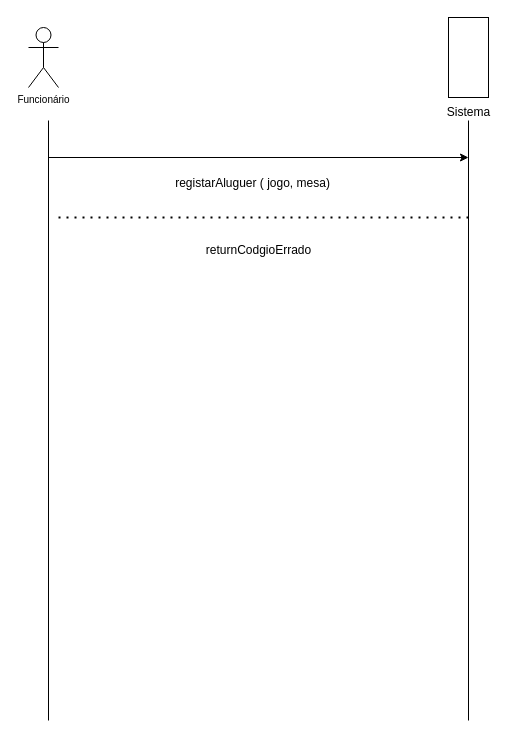
This is ssd7_extensao.drawio from luccamarshall/DCO, a draw.io file, before an edit. Source tidied: cells renumbered, new cells numbered last; positions are measured from the earlier drawing's top-left corner, leaving out a move shared by most shapes. Both pictures are drawn from the tidied source at 100%, with x=0, y=0 at pixel (28, 27).
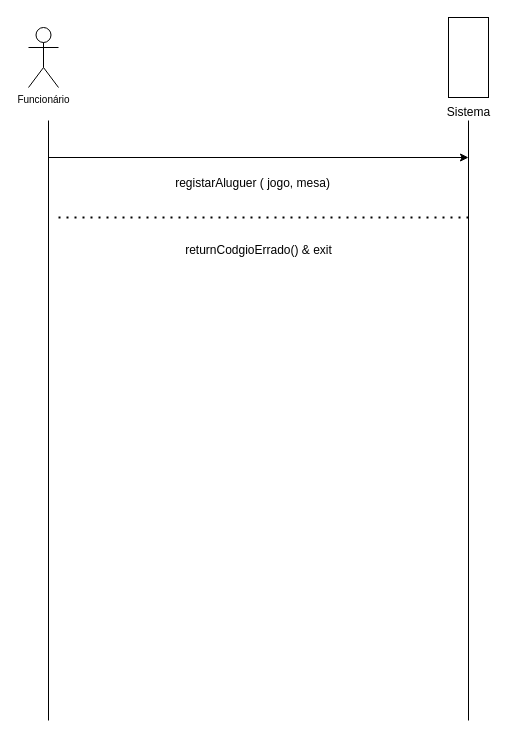
After the change.

What changed in the source:
```diff
@@
 <mxGraphModel>
   <root>
     <mxCell id="0" />
     <mxCell id="1" parent="0" />
     <mxCell id="2" value="&lt;sup&gt;Funcionário&lt;/sup&gt;" style="shape=umlActor;verticalLabelPosition=bottom;verticalAlign=top;html=1;" parent="1" vertex="1">
       <mxGeometry width="30" height="60" as="geometry" />
     </mxCell>
     <mxCell id="3" style="endArrow=none;html=1;rounded=0;" parent="1" edge="1">
       <mxGeometry relative="1" as="geometry">
         <mxPoint x="20" y="693" as="sourcePoint" />
         <mxPoint x="20" y="93" as="targetPoint" />
       </mxGeometry>
     </mxCell>
     <mxCell id="4" style="endArrow=classic;html=1;rounded=0;" parent="1" edge="1">
       <mxGeometry relative="1" as="geometry">
         <mxPoint x="20" y="130" as="sourcePoint" />
         <mxPoint x="440" y="130" as="targetPoint" />
       </mxGeometry>
     </mxCell>
     <mxCell id="5" value="registarAluguer ( jogo, mesa)" style="text;html=1;align=center;verticalAlign=middle;strokeColor=none;fillColor=none;" parent="1" vertex="1">
       <mxGeometry x="134" y="141" width="180" height="30" as="geometry" />
     </mxCell>
     <mxCell id="6" style="endArrow=none;html=1;rounded=0;" parent="1" edge="1">
       <mxGeometry relative="1" as="geometry">
         <mxPoint x="440" y="693" as="sourcePoint" />
         <mxPoint x="440" y="93" as="targetPoint" />
       </mxGeometry>
     </mxCell>
     <mxCell id="7" style="rounded=0;whiteSpace=wrap;html=1;rotation=90;" parent="1" vertex="1">
       <mxGeometry x="400" y="10" width="80" height="40" as="geometry" />
     </mxCell>
     <mxCell id="8" value="Sistema&lt;br&gt;" style="text;html=1;align=center;verticalAlign=middle;strokeColor=none;fillColor=none;" parent="1" vertex="1">
       <mxGeometry x="405" y="70" width="70" height="30" as="geometry" />
     </mxCell>
     <mxCell id="9" style="endArrow=none;dashed=1;html=1;dashPattern=1 3;strokeWidth=2;rounded=0;" parent="1" edge="1">
       <mxGeometry relative="1" as="geometry">
         <mxPoint x="30" y="190" as="sourcePoint" />
         <mxPoint x="440" y="190" as="targetPoint" />
       </mxGeometry>
     </mxCell>
-    <mxCell id="10" value="returnCodgioErrado" style="text;html=1;align=center;verticalAlign=middle;strokeColor=none;fillColor=none;" parent="1" vertex="1">
-      <mxGeometry x="165" y="208" width="130" height="30" as="geometry" />
+    <mxCell id="10" value="returnCodgioErrado() &amp;amp; exit" style="text;html=1;align=center;verticalAlign=middle;strokeColor=none;fillColor=none;" parent="1" vertex="1">
+      <mxGeometry x="145" y="208" width="170" height="30" as="geometry" />
     </mxCell>
   </root>
 </mxGraphModel>
```
